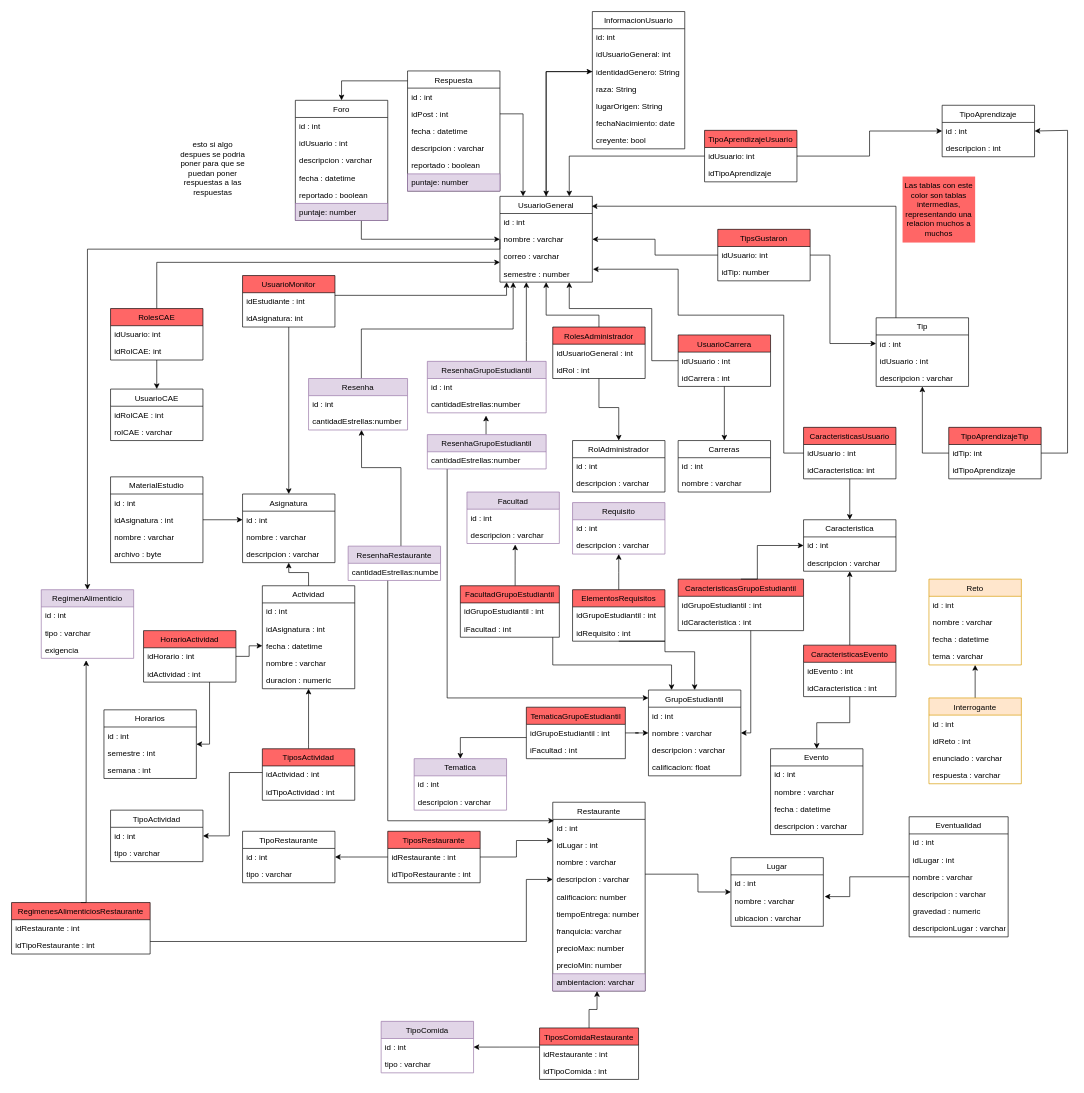
Before: diagramas/persistencia.drawio in Campus-Connect-PUJ/Campus-Connect-Back, a draw.io diagram. Source tidied: cells renumbered, new cells numbered last; positions are measured from the earlier drawing's top-left corner, leaving out a move shared by most shapes. Both pictures are drawn from the tidied source at 66%, with x=0, y=0 at pixel (11, 11).
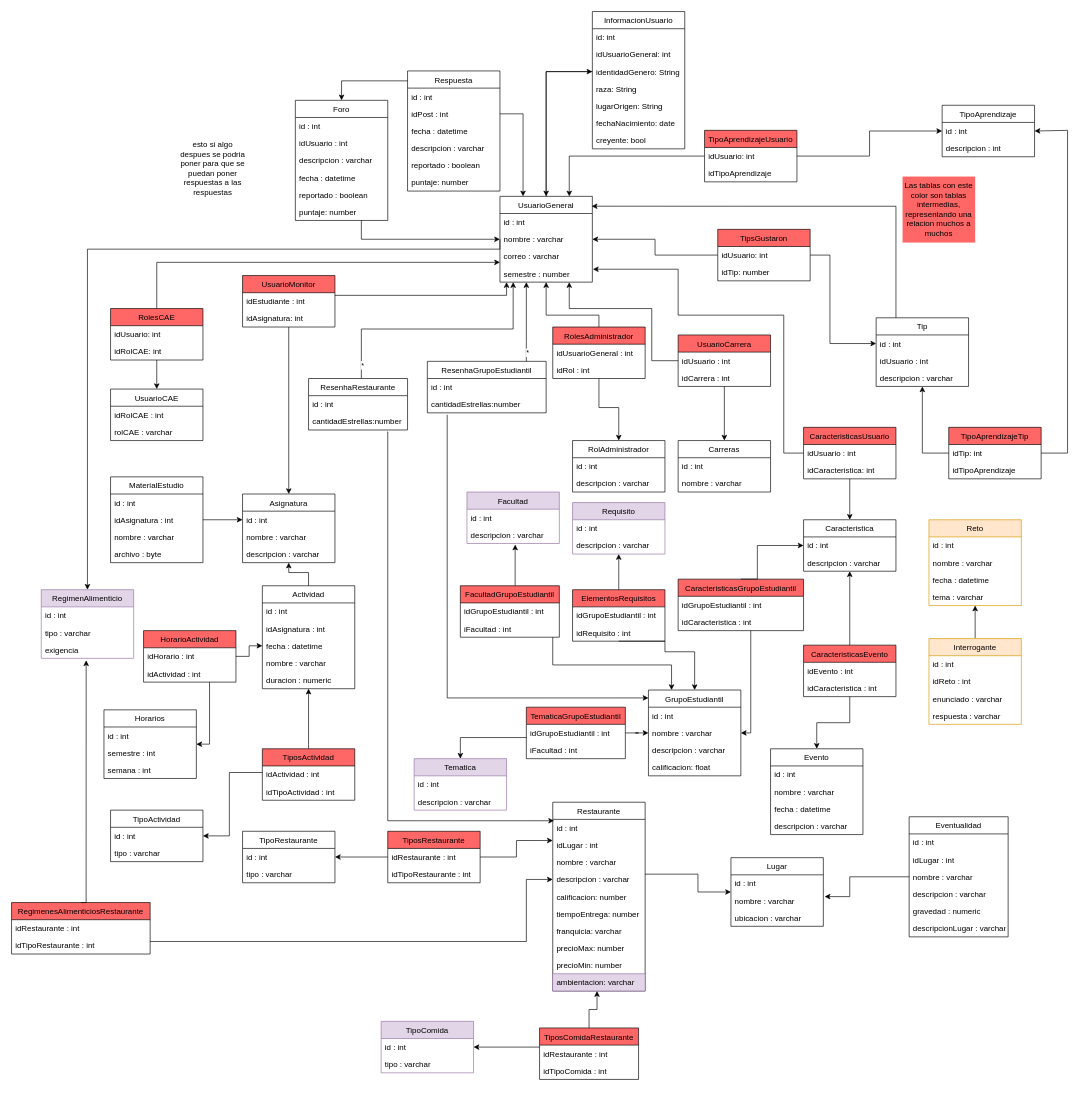
Above is the later version.

The change refers to these unchanged cells:
```xml
<mxCell id="42" value="Foro" style="swimlane;fontStyle=0;horizontal=1;startSize=26;fillColor=none;" parent="1" vertex="1">
  <mxGeometry x="430" y="134.5" width="140" height="182" as="geometry" />
</mxCell>
<mxCell id="50" value="Respuesta" style="swimlane;fontStyle=0;horizontal=1;startSize=26;fillColor=none;" parent="1" vertex="1">
  <mxGeometry x="600" y="90" width="140" height="182" as="geometry" />
</mxCell>
<mxCell id="57" value="GrupoEstudiantil" style="swimlane;fontStyle=0;horizontal=1;startSize=26;fillColor=none;" parent="1" vertex="1">
  <mxGeometry x="965" y="1028" width="140" height="130" as="geometry" />
</mxCell>
<mxCell id="108" value="id : int " style="text;strokeColor=none;fillColor=none;align=left;verticalAlign=top;spacingLeft=4;spacingRight=4;overflow=hidden;points=[[0,0.5],[1,0.5]];portConstraint=eastwest;" parent="107" vertex="1">
  <mxGeometry y="26" width="140" height="26" as="geometry" />
</mxCell>
<mxCell id="206" style="edgeStyle=orthogonalEdgeStyle;rounded=0;jettySize=auto;html=1;entryX=0.143;entryY=1;entryDx=0;entryDy=0;entryPerimeter=0;" parent="1" edge="1" source="207" target="7">
  <mxGeometry relative="1" as="geometry">
    <Array as="points">
      <mxPoint x="530" y="481" />
      <mxPoint x="760" y="481" />
    </Array>
  </mxGeometry>
</mxCell>
<mxCell id="209" value="cantidadEstrellas:number" style="text;strokeColor=none;fillColor=none;align=left;verticalAlign=top;spacingLeft=4;spacingRight=4;overflow=hidden;points=[[0,0.5],[1,0.5]];portConstraint=eastwest;" parent="207" vertex="1">
  <mxGeometry y="52" width="150" height="26" as="geometry" />
</mxCell>
<mxCell id="243" style="edgeStyle=orthogonalEdgeStyle;rounded=0;jettySize=auto;html=1;" parent="1" edge="1" source="244">
  <mxGeometry relative="1" as="geometry">
    <mxPoint x="780" y="410" as="targetPoint" />
    <Array as="points">
      <mxPoint x="780" y="500" />
      <mxPoint x="780" y="500" />
    </Array>
  </mxGeometry>
</mxCell>
<mxCell id="246" value="cantidadEstrellas:number" style="text;strokeColor=none;fillColor=none;align=left;verticalAlign=top;spacingLeft=4;spacingRight=4;overflow=hidden;points=[[0,0.5],[1,0.5]];portConstraint=eastwest;" parent="244" vertex="1">
  <mxGeometry y="52" width="180" height="26" as="geometry" />
</mxCell>
```

Diff of the diagram source:
```diff
@@
-    <mxCell id="48" value="puntaje: number" style="text;strokeColor=#9673a6;fillColor=#e1d5e7;align=left;verticalAlign=top;spacingLeft=4;spacingRight=4;overflow=hidden;" parent="42" vertex="1">
+    <mxCell id="48" value="puntaje: number" style="text;align=left;verticalAlign=top;spacingLeft=4;spacingRight=4;overflow=hidden;" parent="42" vertex="1">
       <mxGeometry y="156" width="140" height="26" as="geometry" />
     </mxCell>
@@
-    <mxCell id="56" value="puntaje: number" style="text;strokeColor=#9673a6;fillColor=#e1d5e7;align=left;verticalAlign=top;spacingLeft=4;spacingRight=4;overflow=hidden;" parent="50" vertex="1">
+    <mxCell id="56" value="puntaje: number" style="text;align=left;verticalAlign=top;spacingLeft=4;spacingRight=4;overflow=hidden;" parent="50" vertex="1">
       <mxGeometry y="156" width="140" height="26" as="geometry" />
     </mxCell>
@@
     <mxCell id="83" value="Reto" style="swimlane;fontStyle=0;horizontal=1;startSize=26;fillColor=#ffe6cc;strokeColor=#d79b00;" parent="1" vertex="1">
-      <mxGeometry x="1390" y="860" width="140" height="130" as="geometry" />
+      <mxGeometry x="1390" y="770" width="140" height="130" as="geometry" />
     </mxCell>
@@
     <mxCell id="89" value="Interrogante" style="swimlane;fontStyle=0;horizontal=1;startSize=26;fillColor=#ffe6cc;strokeColor=#d79b00;" parent="1" vertex="1">
-      <mxGeometry x="1390" y="1040" width="140" height="130" as="geometry" />
+      <mxGeometry x="1390" y="950" width="140" height="130" as="geometry" />
     </mxCell>
@@
+    <mxCell id="251" value="*" style="edgeLabel;html=1;align=center;verticalAlign=middle;" parent="206" vertex="1">
+      <mxGeometry x="-0.89" y="-1" relative="1" as="geometry" />
+    </mxCell>
-    <mxCell id="207" value="Resenha" style="swimlane;fontStyle=0;horizontal=1;startSize=26;fillColor=#e1d5e7;strokeColor=#9673a6;" parent="1" vertex="1">
+    <mxCell id="207" value="ResenhaRestaurante" style="swimlane;fontStyle=0;horizontal=1;startSize=26;" parent="1" vertex="1">
       <mxGeometry x="450" y="556" width="150" height="78" as="geometry" />
     </mxCell>
@@
-    <mxCell id="239" style="edgeStyle=orthogonalEdgeStyle;rounded=0;jettySize=auto;html=1;entryX=0.535;entryY=0.998;entryDx=0;entryDy=0;entryPerimeter=0;" parent="1" edge="1" source="241" target="209">
-      <mxGeometry relative="1" as="geometry">
-        <Array as="points">
-          <mxPoint x="590" y="691" />
-          <mxPoint x="530" y="691" />
-          <mxPoint x="530" y="634" />
-        </Array>
-      </mxGeometry>
-    </mxCell>
-    <mxCell id="240" style="edgeStyle=orthogonalEdgeStyle;rounded=0;jettySize=auto;html=1;entryX=0.014;entryY=0.079;entryDx=0;entryDy=0;entryPerimeter=0;" parent="1" edge="1" source="241" target="108">
+    <mxCell id="240" style="edgeStyle=orthogonalEdgeStyle;rounded=0;jettySize=auto;html=1;entryX=0.014;entryY=0.079;entryDx=0;entryDy=0;entryPerimeter=0;exitX=0.793;exitY=1.115;exitDx=0;exitDy=0;exitPerimeter=0;" parent="1" edge="1" source="209" target="108">
       <mxGeometry relative="1" as="geometry">
         <Array as="points">
+          <mxPoint x="570" y="637" />
           <mxPoint x="570" y="1226" />
         </Array>
       </mxGeometry>
     </mxCell>
-    <mxCell id="241" value="ResenhaRestaurante" style="swimlane;fontStyle=0;horizontal=1;startSize=26;fillColor=#e1d5e7;strokeColor=#9673a6;" parent="1" vertex="1">
-      <mxGeometry x="510" y="810" width="140" height="52" as="geometry" />
-    </mxCell>
-    <mxCell id="242" value="cantidadEstrellas:number" style="text;strokeColor=none;fillColor=none;align=left;verticalAlign=top;spacingLeft=4;spacingRight=4;overflow=hidden;" parent="241" vertex="1">
-      <mxGeometry y="26" width="140" height="26" as="geometry" />
-    </mxCell>
@@
+    <mxCell id="252" value="*" style="edgeLabel;html=1;align=center;verticalAlign=middle;" parent="243" vertex="1">
+      <mxGeometry x="-0.77" y="-1" relative="1" as="geometry" />
+    </mxCell>
-    <mxCell id="244" value="ResenhaGrupoEstudiantil" style="swimlane;fontStyle=0;horizontal=1;startSize=26;fillColor=#e1d5e7;strokeColor=#9673a6;" parent="1" vertex="1">
+    <mxCell id="244" value="ResenhaGrupoEstudiantil" style="swimlane;fontStyle=0;horizontal=1;startSize=26;" parent="1" vertex="1">
       <mxGeometry x="630" y="530" width="180" height="78" as="geometry" />
     </mxCell>
@@
-    <mxCell id="247" style="edgeStyle=orthogonalEdgeStyle;rounded=0;jettySize=auto;html=1;entryX=0.494;entryY=1.163;entryDx=0;entryDy=0;entryPerimeter=0;" parent="1" edge="1" source="249" target="246">
-      <mxGeometry relative="1" as="geometry">
-        <Array as="points">
-          <mxPoint x="780" y="669" />
-          <mxPoint x="779" y="645" />
-        </Array>
-      </mxGeometry>
-    </mxCell>
-    <mxCell id="248" style="edgeStyle=orthogonalEdgeStyle;rounded=0;jettySize=auto;html=1;entryX=0;entryY=0.092;entryDx=0;entryDy=0;entryPerimeter=0;" parent="1" edge="1" source="249" target="57">
+    <mxCell id="248" style="edgeStyle=orthogonalEdgeStyle;rounded=0;jettySize=auto;html=1;entryX=0;entryY=0.092;entryDx=0;entryDy=0;entryPerimeter=0;exitX=0.167;exitY=1.115;exitDx=0;exitDy=0;exitPerimeter=0;" parent="1" edge="1" source="246" target="57">
       <mxGeometry relative="1" as="geometry">
         <Array as="points">
           <mxPoint x="660" y="1040" />
         </Array>
       </mxGeometry>
     </mxCell>
-    <mxCell id="249" value="ResenhaGrupoEstudiantil" style="swimlane;fontStyle=0;horizontal=1;startSize=26;fillColor=#e1d5e7;strokeColor=#9673a6;" parent="1" vertex="1">
-      <mxGeometry x="630" y="641" width="180" height="52" as="geometry" />
-    </mxCell>
-    <mxCell id="250" value="cantidadEstrellas:number" style="text;strokeColor=none;fillColor=none;align=left;verticalAlign=top;spacingLeft=4;spacingRight=4;overflow=hidden;" parent="249" vertex="1">
-      <mxGeometry y="26" width="180" height="26" as="geometry" />
-    </mxCell>
```
